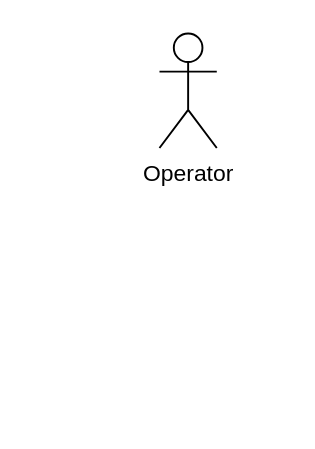
Before: 宇视云App之FAQ用例视图.drawio in HuaHero/OnLineFaq, a draw.io diagram. Source tidied: cells renumbered, new cells numbered last; positions are measured from the earlier drawing's top-left corner, leaving out a move shared by most shapes. Both pictures are drawn from the tidied source at 191%, with x=0, y=0 at pixel (159, 32).
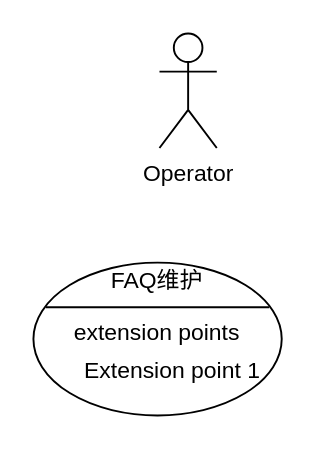
The same page after the edit.

Commit message (it also covers changes not shown here):
更新宇视云App之FAQ用例视图.drawio

Diff of the diagram source:
```diff
@@
 <mxGraphModel>
   <root>
     <mxCell id="0" />
     <mxCell id="1" parent="0" />
     <mxCell id="2" value="Operator" style="shape=umlActor;verticalLabelPosition=bottom;verticalAlign=top;html=1;" parent="1" vertex="1">
       <mxGeometry width="30" height="60" as="geometry" />
     </mxCell>
+    <mxCell id="3" style="shape=ellipse;horizontal=1;html=1;dashed=0;" parent="1" vertex="1">
+      <mxGeometry x="-66" y="120" width="130" height="80" as="geometry" />
+    </mxCell>
+    <mxCell id="4" value="FAQ维护" style="html=1;strokeColor=none;fillColor=none;align=center;verticalAlign=middle;whiteSpace=wrap;" parent="3" vertex="1">
+      <mxGeometry width="130" height="20" as="geometry" />
+    </mxCell>
+    <mxCell id="5" style="line;strokeWidth=1;fillColor=none;labelPosition=right;dashed=0;" parent="3" vertex="1">
+      <mxGeometry x="6.5" y="20" width="117" height="6.7" as="geometry" />
+    </mxCell>
+    <mxCell id="6" value="extension points" style="text;html=1;align=center;verticalAlign=middle;fillColor=none;strokeColor=none;whiteSpace=wrap;" parent="3" vertex="1">
+      <mxGeometry y="26.7" width="130" height="20" as="geometry" />
+    </mxCell>
+    <mxCell id="7" value="Extension point 1" style="text;html=1;align=left;verticalAlign=middle;spacingLeft=25;fillColor=none;strokeColor=none;whiteSpace=wrap;" parent="3" vertex="1">
+      <mxGeometry y="46.7" width="130" height="20" as="geometry" />
+    </mxCell>
   </root>
 </mxGraphModel>
```
